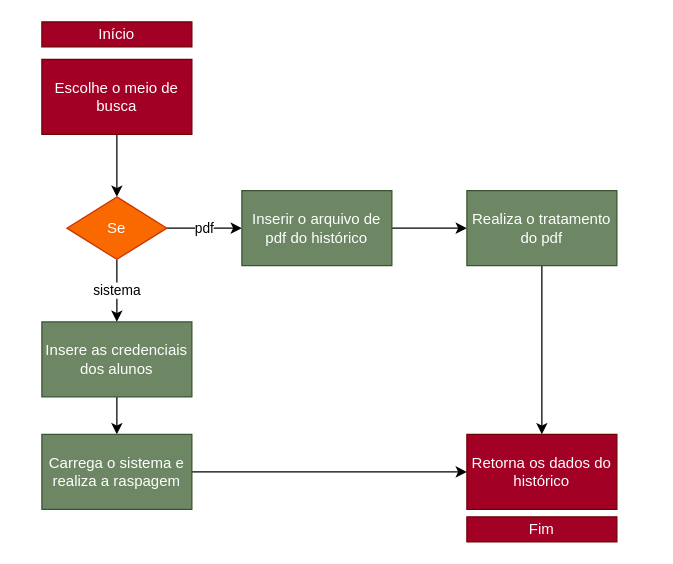
ppcamp/sigaa-scraping-analysis keeps this draw.io diagram as page "Historico" (3 of 4) of docs/processo-de-pesquisa.drawio. Above is the earlier version. Source tidied: cells renumbered, new cells numbered last; positions are measured from the earlier drawing's top-left corner, leaving out a move shared by most shapes. Both pictures are drawn from the tidied source at 125%, with x=0, y=0 at pixel (41, 21).
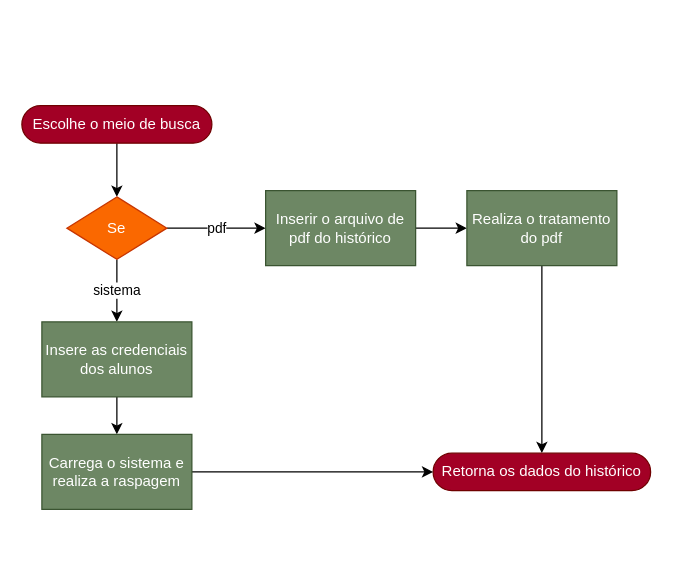
The same diagram, later.

Diff of the diagram source:
```diff
@@
 <mxGraphModel>
   <root>
     <mxCell id="0" />
     <mxCell id="1" parent="0" />
     <mxCell id="2" style="edgeStyle=orthogonalEdgeStyle;rounded=0;jettySize=auto;html=1;" parent="1" edge="1" source="3" target="7">
       <mxGeometry relative="1" as="geometry" />
     </mxCell>
-    <mxCell id="3" value="Escolhe o meio de busca" style="rounded=0;whiteSpace=wrap;html=1;fillColor=#a20025;strokeColor=#6F0000;fontColor=#ffffff;" parent="1" vertex="1">
-      <mxGeometry y="30" width="120" height="60" as="geometry" />
+    <mxCell id="3" value="Escolhe o meio de busca" style="rounded=1;whiteSpace=wrap;html=1;fillColor=#a20025;strokeColor=#6F0000;fontColor=#ffffff;arcSize=50;" parent="1" vertex="1">
+      <mxGeometry x="-16" y="67" width="152" height="30" as="geometry" />
     </mxCell>
-    <mxCell id="4" value="Início" style="rounded=0;whiteSpace=wrap;html=1;fillColor=#a20025;strokeColor=#6F0000;fontColor=#ffffff;" parent="1" vertex="1">
-      <mxGeometry width="120" height="20" as="geometry" />
-    </mxCell>
     <mxCell id="5" value="pdf" style="edgeStyle=orthogonalEdgeStyle;rounded=0;jettySize=auto;html=1;" parent="1" edge="1" source="7" target="9">
       <mxGeometry relative="1" as="geometry" />
     </mxCell>
     <mxCell id="6" value="sistema" style="edgeStyle=orthogonalEdgeStyle;rounded=0;jettySize=auto;html=1;" parent="1" edge="1" source="7" target="15">
       <mxGeometry relative="1" as="geometry" />
     </mxCell>
     <mxCell id="7" value="Se" style="rhombus;whiteSpace=wrap;html=1;fillColor=#fa6800;strokeColor=#C73500;fontColor=#ffffff;" parent="1" vertex="1">
       <mxGeometry x="20" y="140" width="80" height="50" as="geometry" />
     </mxCell>
     <mxCell id="8" style="edgeStyle=orthogonalEdgeStyle;rounded=0;jettySize=auto;html=1;" parent="1" edge="1" source="9" target="11">
       <mxGeometry relative="1" as="geometry" />
     </mxCell>
     <mxCell id="9" value="Inserir o arquivo de pdf do histórico" style="whiteSpace=wrap;html=1;fontColor=#ffffff;strokeColor=#3A5431;fillColor=#6d8764;" parent="1" vertex="1">
-      <mxGeometry x="160" y="135" width="120" height="60" as="geometry" />
+      <mxGeometry x="179" y="135" width="120" height="60" as="geometry" />
     </mxCell>
     <mxCell id="10" style="edgeStyle=orthogonalEdgeStyle;rounded=0;jettySize=auto;html=1;" parent="1" edge="1" source="11" target="12">
       <mxGeometry relative="1" as="geometry" />
     </mxCell>
     <mxCell id="11" value="Realiza o tratamento do pdf" style="whiteSpace=wrap;html=1;fontColor=#ffffff;strokeColor=#3A5431;fillColor=#6d8764;" parent="1" vertex="1">
       <mxGeometry x="340" y="135" width="120" height="60" as="geometry" />
     </mxCell>
-    <mxCell id="12" value="Retorna os dados do histórico" style="whiteSpace=wrap;html=1;fontColor=#ffffff;strokeColor=#6F0000;fillColor=#a20025;" parent="1" vertex="1">
-      <mxGeometry x="340" y="330" width="120" height="60" as="geometry" />
+    <mxCell id="12" value="Retorna os dados do histórico" style="whiteSpace=wrap;html=1;fontColor=#ffffff;strokeColor=#6F0000;fillColor=#a20025;rounded=1;arcSize=50;" parent="1" vertex="1">
+      <mxGeometry x="313" y="345" width="174" height="30" as="geometry" />
     </mxCell>
-    <mxCell id="13" value="Fim" style="whiteSpace=wrap;html=1;fontColor=#ffffff;strokeColor=#6F0000;fillColor=#a20025;" parent="1" vertex="1">
-      <mxGeometry x="340" y="396" width="120" height="20" as="geometry" />
-    </mxCell>
     <mxCell id="14" style="edgeStyle=orthogonalEdgeStyle;rounded=0;jettySize=auto;html=1;" parent="1" edge="1" source="15" target="17">
       <mxGeometry relative="1" as="geometry" />
     </mxCell>
     <mxCell id="15" value="Insere as credenciais dos alunos" style="whiteSpace=wrap;html=1;fontColor=#ffffff;strokeColor=#3A5431;fillColor=#6d8764;" parent="1" vertex="1">
       <mxGeometry y="240" width="120" height="60" as="geometry" />
     </mxCell>
     <mxCell id="16" style="edgeStyle=orthogonalEdgeStyle;rounded=0;jettySize=auto;html=1;entryX=0;entryY=0.5;entryDx=0;entryDy=0;" parent="1" edge="1" source="17" target="12">
       <mxGeometry relative="1" as="geometry" />
     </mxCell>
     <mxCell id="17" value="Carrega o sistema e realiza a raspagem" style="whiteSpace=wrap;html=1;fontColor=#ffffff;strokeColor=#3A5431;fillColor=#6d8764;" parent="1" vertex="1">
       <mxGeometry y="330" width="120" height="60" as="geometry" />
     </mxCell>
   </root>
 </mxGraphModel>
```
